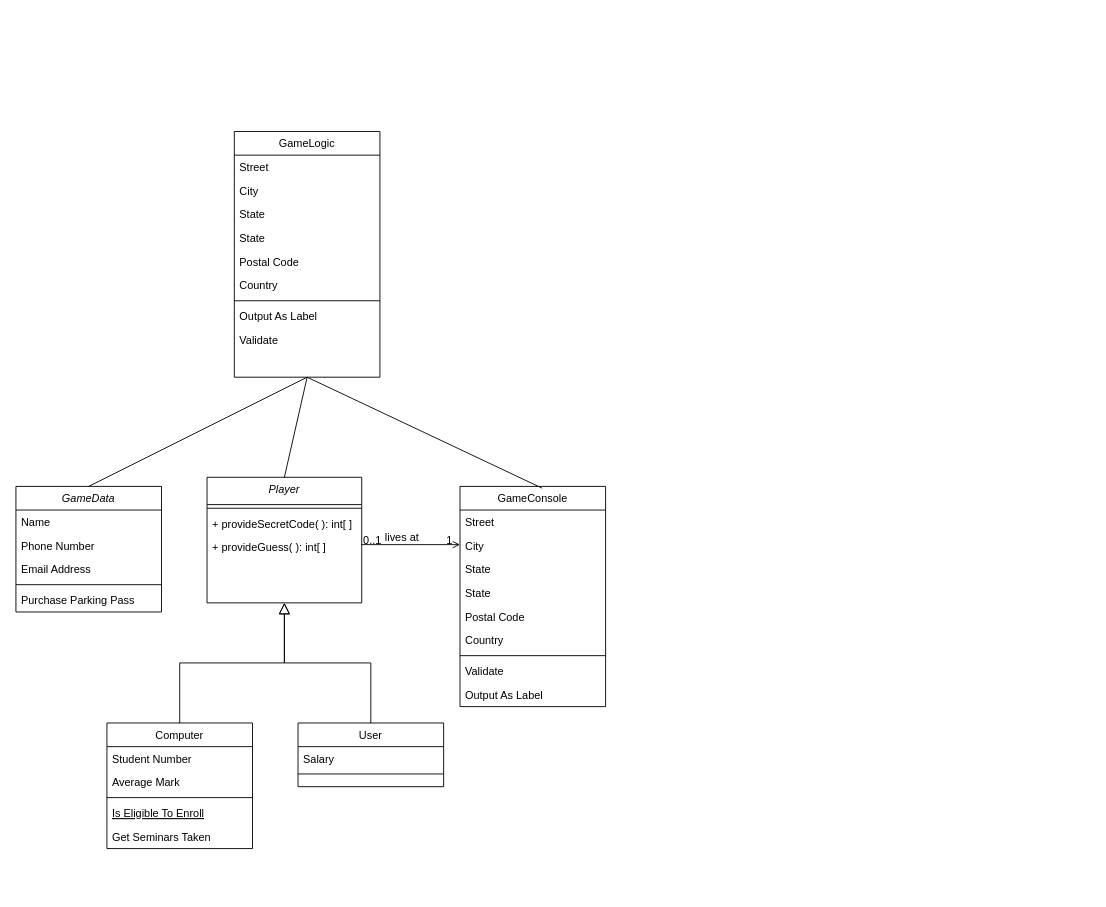
Above: Untitled Diagram.drawio in JessM222/Chicken (draw.io), before the change. Source tidied: cells renumbered, new cells numbered last; positions are measured from the earlier drawing's top-left corner, leaving out a move shared by most shapes. Both pictures are drawn from the tidied source at 91%, with x=0, y=0 at pixel (15, 131).
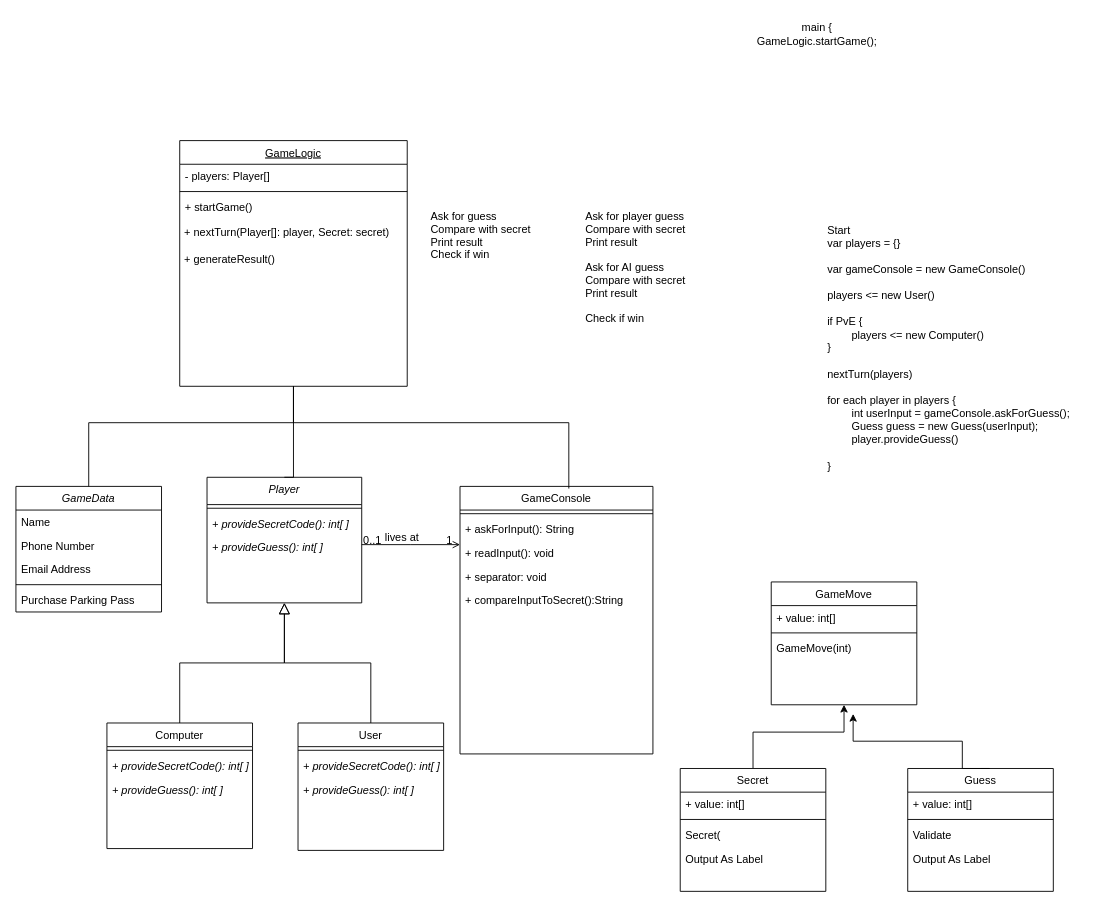
After the change.

Unchanged cells that the change refers to:
```xml
<mxCell id="2" value="Player" style="swimlane;fontStyle=2;align=center;verticalAlign=top;horizontal=1;startSize=30;rounded=0;shadow=0;strokeWidth=1;" parent="1" vertex="1">
  <mxGeometry x="210" y="380" width="170" height="138" as="geometry" />
</mxCell>
<mxCell id="6" value="Computer" style="swimlane;fontStyle=0;align=center;verticalAlign=top;horizontal=1;startSize=26;rounded=0;shadow=0;strokeWidth=1;" parent="1" vertex="1">
  <mxGeometry x="100" y="650" width="160" height="138" as="geometry" />
</mxCell>
<mxCell id="31" value="GameData" style="swimlane;fontStyle=2;align=center;verticalAlign=top;horizontal=1;startSize=26;rounded=0;shadow=0;strokeWidth=1;" parent="1" vertex="1">
  <mxGeometry y="390" width="160" height="138" as="geometry" />
</mxCell>
```

Change to the diagram source:
```diff
@@
-    <mxCell id="4" value="+ provideSecretCode( ): int[ ]" style="text;align=left;verticalAlign=top;spacingLeft=4;spacingRight=4;overflow=hidden;" parent="2" vertex="1">
+    <mxCell id="4" value="+ provideSecretCode(): int[ ]" style="text;align=left;verticalAlign=top;spacingLeft=4;spacingRight=4;overflow=hidden;fontStyle=2;" parent="2" vertex="1">
       <mxGeometry y="38" width="170" height="26" as="geometry" />
     </mxCell>
-    <mxCell id="5" value="+ provideGuess( ): int[ ]" style="text;align=left;verticalAlign=top;spacingLeft=4;spacingRight=4;overflow=hidden;" parent="2" vertex="1">
+    <mxCell id="5" value="+ provideGuess(): int[ ]" style="text;align=left;verticalAlign=top;spacingLeft=4;spacingRight=4;overflow=hidden;fontStyle=2;" parent="2" vertex="1">
       <mxGeometry y="64" width="170" height="26" as="geometry" />
     </mxCell>
@@
-    <mxCell id="7" value="Student Number" style="text;align=left;verticalAlign=top;spacingLeft=4;spacingRight=4;overflow=hidden;" parent="6" vertex="1">
-      <mxGeometry y="26" width="160" height="26" as="geometry" />
-    </mxCell>
-    <mxCell id="8" value="Average Mark" style="text;align=left;verticalAlign=top;spacingLeft=4;spacingRight=4;overflow=hidden;rounded=0;shadow=0;html=0;" parent="6" vertex="1">
-      <mxGeometry y="52" width="160" height="26" as="geometry" />
-    </mxCell>
     <mxCell id="9" style="line;html=1;strokeWidth=1;align=left;verticalAlign=middle;spacingTop=-1;spacingLeft=3;spacingRight=3;labelPosition=right;" parent="6" vertex="1">
-      <mxGeometry y="78" width="160" height="8" as="geometry" />
+      <mxGeometry y="26" width="160" height="8" as="geometry" />
     </mxCell>
-    <mxCell id="10" value="Is Eligible To Enroll" style="text;align=left;verticalAlign=top;spacingLeft=4;spacingRight=4;overflow=hidden;fontStyle=4;" parent="6" vertex="1">
-      <mxGeometry y="86" width="160" height="26" as="geometry" />
-    </mxCell>
-    <mxCell id="11" value="Get Seminars Taken" style="text;align=left;verticalAlign=top;spacingLeft=4;spacingRight=4;overflow=hidden;" parent="6" vertex="1">
-      <mxGeometry y="112" width="160" height="26" as="geometry" />
-    </mxCell>
+    <mxCell id="50" value="+ provideSecretCode(): int[ ]" style="text;align=left;verticalAlign=top;spacingLeft=4;spacingRight=4;overflow=hidden;fontStyle=2;" parent="6" vertex="1">
+      <mxGeometry y="34" width="160" height="26" as="geometry" />
+    </mxCell>
+    <mxCell id="51" value="+ provideGuess(): int[ ]" style="text;align=left;verticalAlign=top;spacingLeft=4;spacingRight=4;overflow=hidden;fontStyle=2;" parent="6" vertex="1">
+      <mxGeometry y="60" width="160" height="26" as="geometry" />
+    </mxCell>
@@
     <mxCell id="13" value="User" style="swimlane;fontStyle=0;align=center;verticalAlign=top;horizontal=1;startSize=26;rounded=0;shadow=0;strokeWidth=1;" parent="1" vertex="1">
-      <mxGeometry x="310" y="650" width="160" height="70" as="geometry" />
+      <mxGeometry x="310" y="650" width="160" height="140" as="geometry" />
     </mxCell>
-    <mxCell id="14" value="Salary" style="text;align=left;verticalAlign=top;spacingLeft=4;spacingRight=4;overflow=hidden;" parent="13" vertex="1">
-      <mxGeometry y="26" width="160" height="26" as="geometry" />
-    </mxCell>
     <mxCell id="15" style="line;html=1;strokeWidth=1;align=left;verticalAlign=middle;spacingTop=-1;spacingLeft=3;spacingRight=3;labelPosition=right;" parent="13" vertex="1">
-      <mxGeometry y="52" width="160" height="8" as="geometry" />
+      <mxGeometry y="26" width="160" height="8" as="geometry" />
     </mxCell>
+    <mxCell id="52" value="+ provideSecretCode(): int[ ]" style="text;align=left;verticalAlign=top;spacingLeft=4;spacingRight=4;overflow=hidden;fontStyle=2;" parent="13" vertex="1">
+      <mxGeometry y="34" width="160" height="26" as="geometry" />
+    </mxCell>
+    <mxCell id="53" value="+ provideGuess(): int[ ]" style="text;align=left;verticalAlign=top;spacingLeft=4;spacingRight=4;overflow=hidden;fontStyle=2;" parent="13" vertex="1">
+      <mxGeometry y="60" width="160" height="26" as="geometry" />
+    </mxCell>
@@
     <mxCell id="17" value="GameConsole" style="swimlane;fontStyle=0;align=center;verticalAlign=top;horizontal=1;startSize=26;rounded=0;shadow=0;strokeWidth=1;" parent="1" vertex="1">
-      <mxGeometry x="488" y="390" width="160" height="242" as="geometry" />
+      <mxGeometry x="488" y="390" width="212" height="294" as="geometry" />
     </mxCell>
-    <mxCell id="18" value="Street" style="text;align=left;verticalAlign=top;spacingLeft=4;spacingRight=4;overflow=hidden;" parent="17" vertex="1">
-      <mxGeometry y="26" width="160" height="26" as="geometry" />
-    </mxCell>
-    <mxCell id="19" value="City" style="text;align=left;verticalAlign=top;spacingLeft=4;spacingRight=4;overflow=hidden;rounded=0;shadow=0;html=0;" parent="17" vertex="1">
-      <mxGeometry y="52" width="160" height="26" as="geometry" />
-    </mxCell>
-    <mxCell id="20" value="State" style="text;align=left;verticalAlign=top;spacingLeft=4;spacingRight=4;overflow=hidden;rounded=0;shadow=0;html=0;" parent="17" vertex="1">
-      <mxGeometry y="78" width="160" height="26" as="geometry" />
-    </mxCell>
-    <mxCell id="21" value="State" style="text;align=left;verticalAlign=top;spacingLeft=4;spacingRight=4;overflow=hidden;rounded=0;shadow=0;html=0;" parent="17" vertex="1">
-      <mxGeometry y="104" width="160" height="26" as="geometry" />
-    </mxCell>
-    <mxCell id="22" value="Postal Code" style="text;align=left;verticalAlign=top;spacingLeft=4;spacingRight=4;overflow=hidden;rounded=0;shadow=0;html=0;" parent="17" vertex="1">
-      <mxGeometry y="130" width="160" height="26" as="geometry" />
-    </mxCell>
-    <mxCell id="23" value="Country" style="text;align=left;verticalAlign=top;spacingLeft=4;spacingRight=4;overflow=hidden;rounded=0;shadow=0;html=0;" parent="17" vertex="1">
-      <mxGeometry y="156" width="160" height="26" as="geometry" />
-    </mxCell>
     <mxCell id="24" style="line;html=1;strokeWidth=1;align=left;verticalAlign=middle;spacingTop=-1;spacingLeft=3;spacingRight=3;labelPosition=right;" parent="17" vertex="1">
-      <mxGeometry y="182" width="160" height="8" as="geometry" />
+      <mxGeometry y="26" width="212" height="8" as="geometry" />
     </mxCell>
+    <mxCell id="54" value="+ askForInput(): String" style="text;align=left;verticalAlign=top;spacingLeft=4;spacingRight=4;overflow=hidden;fontStyle=0;" parent="17" vertex="1">
+      <mxGeometry y="34" width="212" height="26" as="geometry" />
+    </mxCell>
+    <mxCell id="55" value="+ readInput(): void" style="text;align=left;verticalAlign=top;spacingLeft=4;spacingRight=4;overflow=hidden;fontStyle=0;" parent="17" vertex="1">
+      <mxGeometry y="60" width="212" height="26" as="geometry" />
+    </mxCell>
+    <mxCell id="56" value="+ separator: void" style="text;align=left;verticalAlign=top;spacingLeft=4;spacingRight=4;overflow=hidden;fontStyle=0;" parent="17" vertex="1">
+      <mxGeometry y="86" width="212" height="26" as="geometry" />
+    </mxCell>
-    <mxCell id="25" value="Validate" style="text;align=left;verticalAlign=top;spacingLeft=4;spacingRight=4;overflow=hidden;" parent="17" vertex="1">
-      <mxGeometry y="190" width="160" height="26" as="geometry" />
+    <mxCell id="25" value="+ compareInputToSecret():String" style="text;align=left;verticalAlign=top;spacingLeft=4;spacingRight=4;overflow=hidden;" parent="17" vertex="1">
+      <mxGeometry y="112" width="212" height="26" as="geometry" />
     </mxCell>
-    <mxCell id="26" value="Output As Label" style="text;align=left;verticalAlign=top;spacingLeft=4;spacingRight=4;overflow=hidden;" parent="17" vertex="1">
-      <mxGeometry y="216" width="160" height="26" as="geometry" />
-    </mxCell>
@@
-    <mxCell id="37" value="GameLogic" style="swimlane;fontStyle=0;align=center;verticalAlign=top;horizontal=1;startSize=26;rounded=0;shadow=0;strokeWidth=1;" parent="1" vertex="1">
-      <mxGeometry x="240" width="160" height="270" as="geometry" />
+    <mxCell id="37" value="GameLogic" style="swimlane;fontStyle=4;align=center;verticalAlign=top;horizontal=1;startSize=26;rounded=0;shadow=0;strokeWidth=1;" parent="1" vertex="1">
+      <mxGeometry x="180" y="10" width="250" height="270" as="geometry" />
     </mxCell>
-    <mxCell id="38" value="Street" style="text;align=left;verticalAlign=top;spacingLeft=4;spacingRight=4;overflow=hidden;" parent="37" vertex="1">
-      <mxGeometry y="26" width="160" height="26" as="geometry" />
-    </mxCell>
-    <mxCell id="39" value="City" style="text;align=left;verticalAlign=top;spacingLeft=4;spacingRight=4;overflow=hidden;rounded=0;shadow=0;html=0;" parent="37" vertex="1">
-      <mxGeometry y="52" width="160" height="26" as="geometry" />
+    <mxCell id="39" value="- players: Player[]" style="text;align=left;verticalAlign=top;spacingLeft=4;spacingRight=4;overflow=hidden;rounded=0;shadow=0;html=0;" parent="37" vertex="1">
+      <mxGeometry y="26" width="250" height="26" as="geometry" />
     </mxCell>
-    <mxCell id="40" value="State" style="text;align=left;verticalAlign=top;spacingLeft=4;spacingRight=4;overflow=hidden;rounded=0;shadow=0;html=0;" parent="37" vertex="1">
-      <mxGeometry y="78" width="160" height="26" as="geometry" />
-    </mxCell>
-    <mxCell id="41" value="State" style="text;align=left;verticalAlign=top;spacingLeft=4;spacingRight=4;overflow=hidden;rounded=0;shadow=0;html=0;" parent="37" vertex="1">
-      <mxGeometry y="104" width="160" height="26" as="geometry" />
-    </mxCell>
-    <mxCell id="42" value="Postal Code" style="text;align=left;verticalAlign=top;spacingLeft=4;spacingRight=4;overflow=hidden;rounded=0;shadow=0;html=0;" parent="37" vertex="1">
-      <mxGeometry y="130" width="160" height="26" as="geometry" />
-    </mxCell>
-    <mxCell id="43" value="Country" style="text;align=left;verticalAlign=top;spacingLeft=4;spacingRight=4;overflow=hidden;rounded=0;shadow=0;html=0;" parent="37" vertex="1">
-      <mxGeometry y="156" width="160" height="26" as="geometry" />
-    </mxCell>
     <mxCell id="44" style="line;html=1;strokeWidth=1;align=left;verticalAlign=middle;spacingTop=-1;spacingLeft=3;spacingRight=3;labelPosition=right;" parent="37" vertex="1">
-      <mxGeometry y="182" width="160" height="8" as="geometry" />
+      <mxGeometry y="52" width="250" height="8" as="geometry" />
     </mxCell>
-    <mxCell id="45" value="Output As Label" style="text;align=left;verticalAlign=top;spacingLeft=4;spacingRight=4;overflow=hidden;" parent="37" vertex="1">
-      <mxGeometry y="190" width="160" height="26" as="geometry" />
+    <mxCell id="45" value="+ startGame()" style="text;align=left;verticalAlign=top;spacingLeft=4;spacingRight=4;overflow=hidden;" parent="37" vertex="1">
+      <mxGeometry y="60" width="250" height="26" as="geometry" />
     </mxCell>
-    <mxCell id="46" value="Validate" style="text;align=left;verticalAlign=top;spacingLeft=4;spacingRight=4;overflow=hidden;" parent="37" vertex="1">
-      <mxGeometry y="216" width="160" height="26" as="geometry" />
-    </mxCell>
+    <mxCell id="57" value="&amp;nbsp;+ nextTurn(Player[]: player, Secret: secret)" style="text;html=1;align=left;verticalAlign=middle;strokeColor=none;fillColor=none;" parent="37" vertex="1">
+      <mxGeometry y="86" width="250" height="30" as="geometry" />
+    </mxCell>
+    <mxCell id="58" value="&amp;nbsp;+ generateResult()" style="text;html=1;align=left;verticalAlign=middle;strokeColor=none;fillColor=none;" parent="37" vertex="1">
+      <mxGeometry y="116" width="250" height="30" as="geometry" />
+    </mxCell>
-    <mxCell id="47" style="endArrow=none;html=1;rounded=0;exitX=0.5;exitY=0;exitDx=0;exitDy=0;entryX=0.5;entryY=1;entryDx=0;entryDy=0;" parent="1" edge="1" source="2" target="37">
-      <mxGeometry relative="1" as="geometry" />
+    <mxCell id="47" style="endArrow=none;html=1;rounded=0;exitX=0.5;exitY=0;exitDx=0;exitDy=0;entryX=0.5;entryY=1;entryDx=0;entryDy=0;edgeStyle=elbowEdgeStyle;" parent="1" edge="1" source="2" target="37">
+      <mxGeometry relative="1" as="geometry">
+        <Array as="points">
+          <mxPoint x="305" y="330" />
+        </Array>
+      </mxGeometry>
     </mxCell>
-    <mxCell id="48" style="endArrow=none;html=1;rounded=0;entryX=0.5;entryY=0;entryDx=0;entryDy=0;exitX=0.5;exitY=1;exitDx=0;exitDy=0;" parent="1" edge="1" source="37" target="31">
-      <mxGeometry relative="1" as="geometry" />
+    <mxCell id="48" style="endArrow=none;html=1;rounded=0;entryX=0.5;entryY=0;entryDx=0;entryDy=0;exitX=0.5;exitY=1;exitDx=0;exitDy=0;edgeStyle=elbowEdgeStyle;elbow=vertical;" parent="1" edge="1" source="37" target="31">
+      <mxGeometry relative="1" as="geometry">
+        <Array as="points">
+          <mxPoint x="200" y="320" />
+        </Array>
+      </mxGeometry>
     </mxCell>
-    <mxCell id="49" style="endArrow=none;html=1;rounded=0;entryX=0.5;entryY=1;entryDx=0;entryDy=0;exitX=0.564;exitY=0.008;exitDx=0;exitDy=0;exitPerimeter=0;" parent="1" edge="1" source="17" target="37">
-      <mxGeometry relative="1" as="geometry" />
+    <mxCell id="49" style="endArrow=none;html=1;rounded=0;entryX=0.5;entryY=1;entryDx=0;entryDy=0;exitX=0.564;exitY=0.008;exitDx=0;exitDy=0;exitPerimeter=0;edgeStyle=elbowEdgeStyle;elbow=vertical;" parent="1" edge="1" source="17" target="37">
+      <mxGeometry relative="1" as="geometry">
+        <Array as="points">
+          <mxPoint x="450" y="320" />
+        </Array>
+      </mxGeometry>
     </mxCell>
+    <mxCell id="59" value="Ask for guess&#10;Compare with secret&#10;Print result&#10;Check if win" style="text;align=left;verticalAlign=top;spacingLeft=4;spacingRight=4;overflow=hidden;" parent="1" vertex="1">
+      <mxGeometry x="450" y="80" width="160" height="65" as="geometry" />
+    </mxCell>
+    <mxCell id="60" value="Ask for player guess&#10;Compare with secret&#10;Print result&#10;&#10;Ask for AI guess&#10;Compare with secret&#10;Print result&#10;&#10;Check if win" style="text;align=left;verticalAlign=top;spacingLeft=4;spacingRight=4;overflow=hidden;" parent="1" vertex="1">
+      <mxGeometry x="620" y="80" width="160" height="140" as="geometry" />
+    </mxCell>
+    <mxCell id="61" value="Start&lt;div&gt;var players = {}&lt;/div&gt;&lt;div&gt;&lt;br&gt;&lt;/div&gt;&lt;div&gt;var gameConsole = new GameConsole()&lt;br&gt;&lt;div&gt;&lt;br&gt;&lt;/div&gt;&lt;div&gt;players &amp;lt;= new User()&lt;br&gt;&lt;/div&gt;&lt;/div&gt;&lt;div&gt;&lt;br&gt;&lt;/div&gt;&lt;div&gt;if PvE {&lt;/div&gt;&lt;div&gt;&lt;span style=&quot;white-space: pre;&quot;&gt;&#9;&lt;/span&gt;players &amp;lt;= new Computer()&lt;/div&gt;&lt;div&gt;}&lt;/div&gt;&lt;div&gt;&lt;br&gt;&lt;/div&gt;&lt;div&gt;nextTurn(players)&lt;/div&gt;&lt;div&gt;&lt;br&gt;&lt;/div&gt;&lt;div&gt;for each player in players {&lt;/div&gt;&lt;div&gt;&lt;span style=&quot;white-space: pre;&quot;&gt;&#9;&lt;/span&gt;int userInput =&amp;nbsp;&lt;span style=&quot;background-color: initial;&quot;&gt;gameConsole.askForGuess();&lt;/span&gt;&lt;br&gt;&lt;/div&gt;&lt;div&gt;&lt;span style=&quot;background-color: initial;&quot;&gt;&lt;span style=&quot;white-space: pre;&quot;&gt;&#9;&lt;/span&gt;Guess guess = new Guess(userInput);&lt;br&gt;&lt;/span&gt;&lt;/div&gt;&lt;div&gt;&lt;span style=&quot;white-space: pre;&quot;&gt;&#9;&lt;/span&gt;player.provideGuess()&lt;br&gt;&lt;/div&gt;&lt;div&gt;&lt;span style=&quot;white-space: pre;&quot;&gt;&#9;&lt;/span&gt;&lt;br&gt;&lt;/div&gt;&lt;div&gt;}&lt;/div&gt;&lt;div&gt;&lt;br&gt;&lt;/div&gt;" style="text;html=1;align=left;verticalAlign=middle;strokeColor=none;fillColor=none;" parent="1" vertex="1">
+      <mxGeometry x="890" y="95" width="290" height="300" as="geometry" />
+    </mxCell>
+    <mxCell id="62" value="main {&lt;div&gt;GameLogic.startGame();&lt;/div&gt;" style="text;html=1;align=center;verticalAlign=middle;strokeColor=none;fillColor=none;" parent="1" vertex="1">
+      <mxGeometry x="800" y="-127" width="160" height="40" as="geometry" />
+    </mxCell>
+    <mxCell id="63" value="GameMove" style="swimlane;fontStyle=0;align=center;verticalAlign=top;horizontal=1;startSize=26;rounded=0;shadow=0;strokeWidth=1;" parent="1" vertex="1">
+      <mxGeometry x="830" y="495" width="160" height="135" as="geometry" />
+    </mxCell>
+    <mxCell id="64" value="+ value: int[]" style="text;align=left;verticalAlign=top;spacingLeft=4;spacingRight=4;overflow=hidden;" parent="63" vertex="1">
+      <mxGeometry y="26" width="160" height="26" as="geometry" />
+    </mxCell>
+    <mxCell id="65" style="line;html=1;strokeWidth=1;align=left;verticalAlign=middle;spacingTop=-1;spacingLeft=3;spacingRight=3;labelPosition=right;" parent="63" vertex="1">
+      <mxGeometry y="52" width="160" height="8" as="geometry" />
+    </mxCell>
+    <mxCell id="66" value="GameMove(int)" style="text;align=left;verticalAlign=top;spacingLeft=4;spacingRight=4;overflow=hidden;" parent="63" vertex="1">
+      <mxGeometry y="60" width="160" height="26" as="geometry" />
+    </mxCell>
+    <mxCell id="67" style="edgeStyle=orthogonalEdgeStyle;rounded=0;jettySize=auto;html=1;" parent="1" edge="1" source="68">
+      <mxGeometry relative="1" as="geometry">
+        <mxPoint x="910" y="630" as="targetPoint" />
+        <Array as="points">
+          <mxPoint x="810" y="660" />
+          <mxPoint x="910" y="660" />
+        </Array>
+      </mxGeometry>
+    </mxCell>
+    <mxCell id="68" value="Secret" style="swimlane;fontStyle=0;align=center;verticalAlign=top;horizontal=1;startSize=26;rounded=0;shadow=0;strokeWidth=1;" parent="1" vertex="1">
+      <mxGeometry x="730" y="700" width="160" height="135" as="geometry" />
+    </mxCell>
+    <mxCell id="69" value="+ value: int[]" style="text;align=left;verticalAlign=top;spacingLeft=4;spacingRight=4;overflow=hidden;" parent="68" vertex="1">
+      <mxGeometry y="26" width="160" height="26" as="geometry" />
+    </mxCell>
+    <mxCell id="70" style="line;html=1;strokeWidth=1;align=left;verticalAlign=middle;spacingTop=-1;spacingLeft=3;spacingRight=3;labelPosition=right;" parent="68" vertex="1">
+      <mxGeometry y="52" width="160" height="8" as="geometry" />
+    </mxCell>
+    <mxCell id="71" value="Secret(" style="text;align=left;verticalAlign=top;spacingLeft=4;spacingRight=4;overflow=hidden;" parent="68" vertex="1">
+      <mxGeometry y="60" width="160" height="26" as="geometry" />
+    </mxCell>
+    <mxCell id="72" value="Output As Label" style="text;align=left;verticalAlign=top;spacingLeft=4;spacingRight=4;overflow=hidden;" parent="68" vertex="1">
+      <mxGeometry y="86" width="160" height="26" as="geometry" />
+    </mxCell>
+    <mxCell id="73" value="Guess" style="swimlane;fontStyle=0;align=center;verticalAlign=top;horizontal=1;startSize=26;rounded=0;shadow=0;strokeWidth=1;" parent="1" vertex="1">
+      <mxGeometry x="980" y="700" width="160" height="135" as="geometry" />
+    </mxCell>
+    <mxCell id="74" value="+ value: int[]" style="text;align=left;verticalAlign=top;spacingLeft=4;spacingRight=4;overflow=hidden;" parent="73" vertex="1">
+      <mxGeometry y="26" width="160" height="26" as="geometry" />
+    </mxCell>
+    <mxCell id="75" style="line;html=1;strokeWidth=1;align=left;verticalAlign=middle;spacingTop=-1;spacingLeft=3;spacingRight=3;labelPosition=right;" parent="73" vertex="1">
+      <mxGeometry y="52" width="160" height="8" as="geometry" />
+    </mxCell>
+    <mxCell id="46" value="Validate" style="text;align=left;verticalAlign=top;spacingLeft=4;spacingRight=4;overflow=hidden;" parent="73" vertex="1">
+      <mxGeometry y="60" width="160" height="26" as="geometry" />
+    </mxCell>
+    <mxCell id="76" value="Output As Label" style="text;align=left;verticalAlign=top;spacingLeft=4;spacingRight=4;overflow=hidden;" parent="73" vertex="1">
+      <mxGeometry y="86" width="160" height="26" as="geometry" />
+    </mxCell>
+    <mxCell id="77" style="edgeStyle=orthogonalEdgeStyle;rounded=0;orthogonalLoop=1;jettySize=auto;html=1;" parent="1" edge="1">
+      <mxGeometry relative="1" as="geometry">
+        <mxPoint x="1060" y="700" as="sourcePoint" />
+        <mxPoint x="920" y="640" as="targetPoint" />
+        <Array as="points">
+          <mxPoint x="1070" y="700" />
+          <mxPoint x="1040" y="700" />
+          <mxPoint x="1040" y="670" />
+          <mxPoint x="920" y="670" />
+        </Array>
+      </mxGeometry>
+    </mxCell>
```
